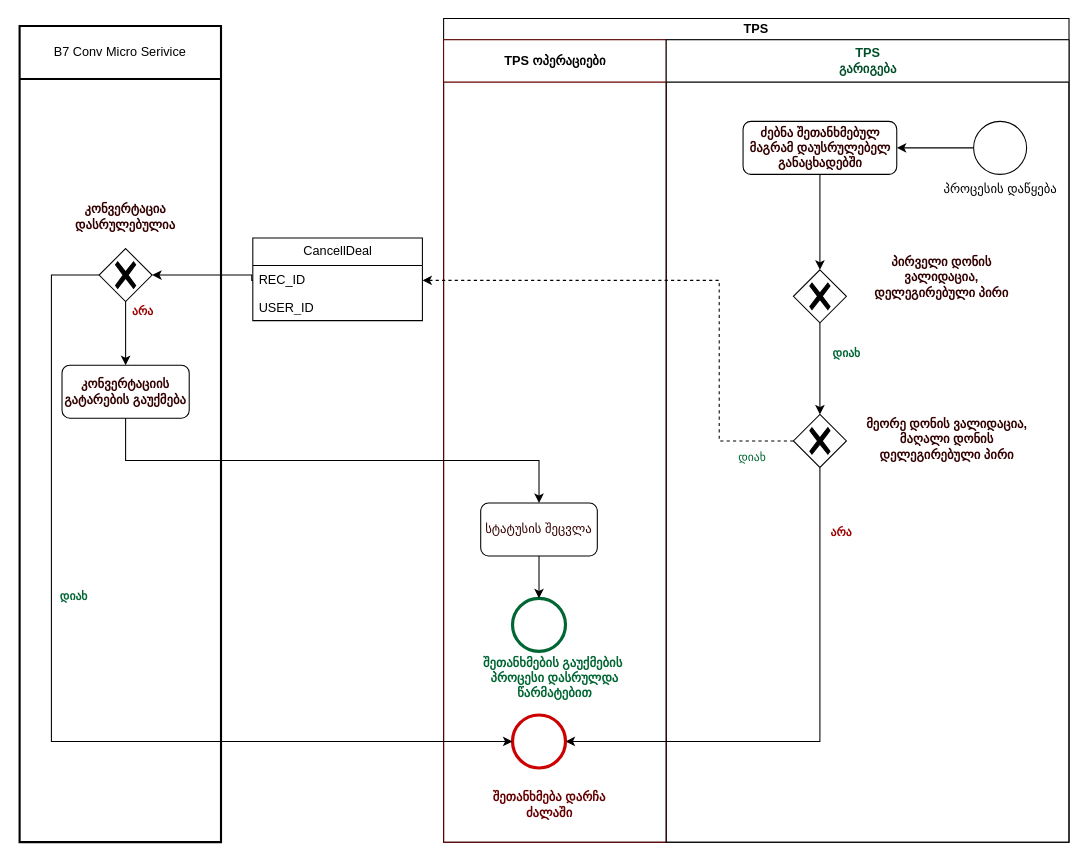
Above: page "შეთანხმების გაუქმება B7" (4 of 4) of RateDealProcessDiagram.drawio in vaso514d/drawio (draw.io), before the change. Source tidied: cells renumbered, new cells numbered last; positions are measured from the earlier drawing's top-left corner, leaving out a move shared by most shapes. Both pictures are drawn from the tidied source at 106%, with x=0, y=0 at pixel (19, 18).
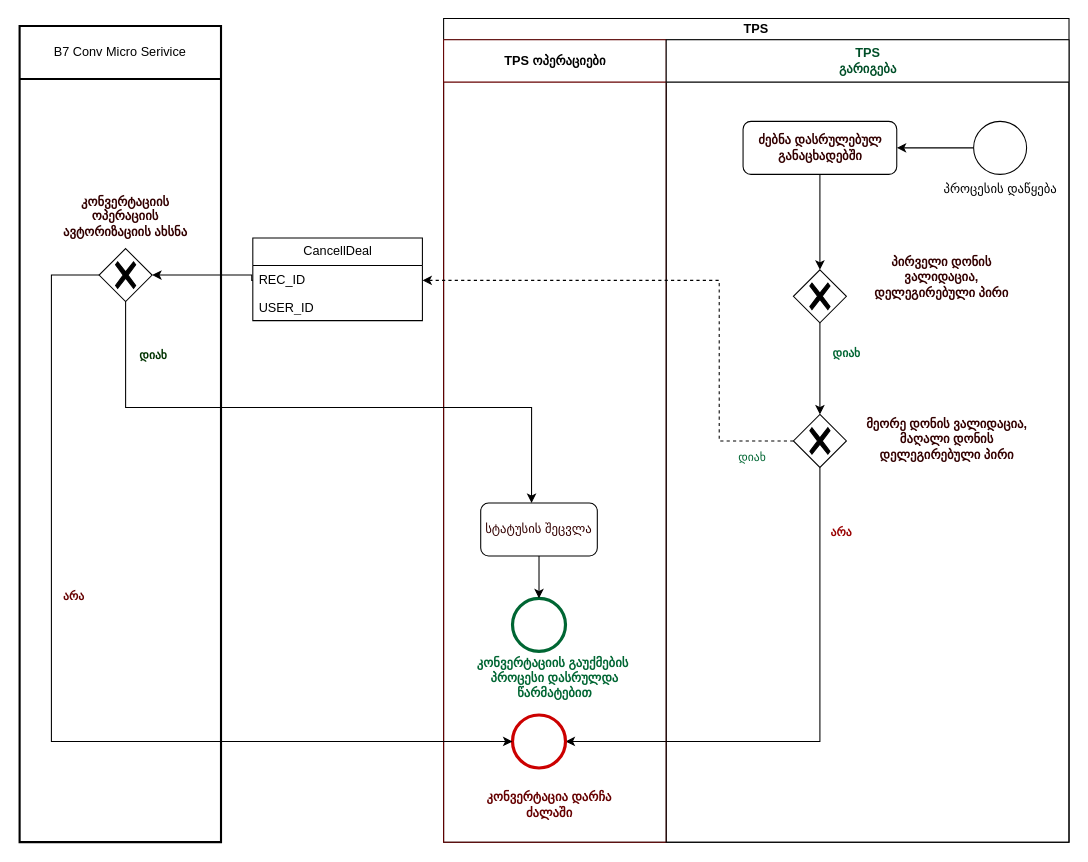
The same diagram, later.

Unchanged cells that the change refers to:
```xml
<mxCell id="2" value="B7 Conv Micro Serivice" style="swimlane;html=1;startSize=50;fontStyle=0;horizontal=1;swimlaneLine=1;strokeWidth=2;swimlaneFillColor=#ffffff;whiteSpace=wrap;" parent="1" vertex="1">
  <mxGeometry y="7" width="190" height="770" as="geometry" />
</mxCell>
<mxCell id="6" style="points=[[0.25,0.25,0],[0.5,0,0],[0.75,0.25,0],[1,0.5,0],[0.75,0.75,0],[0.5,1,0],[0.25,0.75,0],[0,0.5,0]];shape=mxgraph.bpmn.gateway2;html=1;verticalLabelPosition=bottom;labelBackgroundColor=#ffffff;verticalAlign=top;align=center;perimeter=rhombusPerimeter;outlineConnect=0;outline=none;symbol=none;gwType=exclusive;" parent="2" vertex="1">
  <mxGeometry x="75" y="210" width="50" height="50" as="geometry" />
</mxCell>
<mxCell id="11" value="TPS ოპერაციები" style="swimlane;html=1;startSize=40;perimeterSpacing=1;strokeColor=#660000;" parent="8" vertex="1">
  <mxGeometry y="20" width="210" height="757" as="geometry" />
</mxCell>
<mxCell id="15" value="სტატუსის შეცვლა" style="rounded=1;whiteSpace=wrap;html=1;labelBackgroundColor=none;fontColor=#330000;fillStyle=auto;strokeWidth=1;" parent="11" vertex="1">
  <mxGeometry x="35" y="437" width="110" height="50" as="geometry" />
</mxCell>
<mxCell id="18" value="&lt;b style=&quot;border-color: var(--border-color); color: rgb(0, 79, 40);&quot;&gt;TPS&lt;br style=&quot;border-color: var(--border-color);&quot;&gt;გარიგება&lt;/b&gt;" style="swimlane;html=1;startSize=40;" parent="8" vertex="1">
  <mxGeometry x="210" y="20" width="380" height="757" as="geometry" />
</mxCell>
<mxCell id="33" style="edgeStyle=orthogonalEdgeStyle;rounded=0;jettySize=auto;html=1;fontColor=#990000;startArrow=none;startFill=0;entryX=0;entryY=0.5;entryDx=0;entryDy=0;entryPerimeter=0;exitX=0;exitY=0.5;exitDx=0;exitDy=0;exitPerimeter=0;" parent="1" edge="1" source="6" target="12">
  <mxGeometry relative="1" as="geometry">
    <Array as="points">
      <mxPoint x="30" y="242" />
      <mxPoint x="30" y="682" />
    </Array>
  </mxGeometry>
</mxCell>
```

What changed in the source:
```diff
@@
-    <mxCell id="3" value="&lt;b style=&quot;border-color: var(--border-color);&quot;&gt;კონვერტაციის გატარების გაუქმება&lt;/b&gt;" style="rounded=1;whiteSpace=wrap;html=1;labelBackgroundColor=none;fontColor=#330000;" parent="2" vertex="1">
-      <mxGeometry x="40" y="320" width="120" height="50" as="geometry" />
-    </mxCell>
-    <mxCell id="4" style="edgeStyle=orthogonalEdgeStyle;rounded=0;jettySize=auto;html=1;fontColor=#990000;startArrow=none;startFill=0;" parent="2" edge="1" source="6" target="3">
-      <mxGeometry relative="1" as="geometry" />
-    </mxCell>
-    <mxCell id="5" value="არა" style="edgeLabel;html=1;align=center;verticalAlign=middle;fontColor=#990000;fontStyle=1;" parent="4" vertex="1">
-      <mxGeometry x="-0.28" y="-1" relative="1" as="geometry">
-        <mxPoint x="16" y="-14" as="offset" />
-      </mxGeometry>
-    </mxCell>
@@
-    <mxCell id="7" value="&lt;font color=&quot;#330000&quot;&gt;კონვერტაცია დასრულებულია&lt;br&gt;&lt;/font&gt;" style="text;html=1;strokeColor=none;fillColor=none;align=center;verticalAlign=middle;whiteSpace=wrap;rounded=0;fontColor=#CC0000;fontStyle=1;" parent="2" vertex="1">
+    <mxCell id="7" value="&lt;font color=&quot;#330000&quot;&gt;კონვერტაციის ოპერაციის&lt;br&gt;ავტორიზაციის ახსნა&lt;br&gt;&lt;/font&gt;" style="text;html=1;strokeColor=none;fillColor=none;align=center;verticalAlign=middle;whiteSpace=wrap;rounded=0;fontColor=#CC0000;fontStyle=1;" parent="2" vertex="1">
       <mxGeometry x="40" y="160" width="120" height="40" as="geometry" />
     </mxCell>
@@
-    <mxCell id="16" value="შეთანხმების გაუქმების&amp;nbsp; პროცესი დასრულდა წარმატებით" style="text;html=1;strokeColor=none;fillColor=none;align=center;verticalAlign=middle;whiteSpace=wrap;rounded=0;fontColor=#006633;fontStyle=1;" parent="11" vertex="1">
+    <mxCell id="16" value="კონვერტაციის გაუქმების&amp;nbsp; პროცესი დასრულდა წარმატებით" style="text;html=1;strokeColor=none;fillColor=none;align=center;verticalAlign=middle;whiteSpace=wrap;rounded=0;fontColor=#006633;fontStyle=1;" parent="11" vertex="1">
       <mxGeometry x="20" y="587" width="170" height="30" as="geometry" />
     </mxCell>
-    <mxCell id="17" value="შეთანხმება დარჩა ძალაში" style="text;html=1;strokeColor=none;fillColor=none;align=center;verticalAlign=middle;whiteSpace=wrap;rounded=0;fontColor=#660000;fontStyle=1;" parent="11" vertex="1">
+    <mxCell id="17" value="კონვერტაცია დარჩა ძალაში" style="text;html=1;strokeColor=none;fillColor=none;align=center;verticalAlign=middle;whiteSpace=wrap;rounded=0;fontColor=#660000;fontStyle=1;" parent="11" vertex="1">
       <mxGeometry x="30" y="707" width="140" height="30" as="geometry" />
     </mxCell>
@@
-    <mxCell id="20" value="&lt;b&gt;ძებნა შეთანხმებულ მაგრამ დაუსრულებელ განაცხადებში&lt;/b&gt;" style="rounded=1;whiteSpace=wrap;html=1;labelBackgroundColor=none;fontColor=#330000;" parent="18" vertex="1">
+    <mxCell id="20" value="&lt;b&gt;ძებნა დასრულებულ განაცხადებში&lt;/b&gt;" style="rounded=1;whiteSpace=wrap;html=1;labelBackgroundColor=none;fontColor=#330000;" parent="18" vertex="1">
       <mxGeometry x="72.5" y="77" width="145" height="50" as="geometry" />
     </mxCell>
@@
-    <mxCell id="32" style="edgeStyle=orthogonalEdgeStyle;rounded=0;jettySize=auto;html=1;startArrow=none;startFill=0;entryX=0.5;entryY=0;entryDx=0;entryDy=0;exitX=0.5;exitY=1;exitDx=0;exitDy=0;" parent="1" edge="1" source="3" target="15">
-      <mxGeometry relative="1" as="geometry">
-        <Array as="points">
-          <mxPoint x="100" y="417" />
-          <mxPoint x="490" y="417" />
-        </Array>
-      </mxGeometry>
-    </mxCell>
@@
-    <mxCell id="34" value="დიახ" style="edgeLabel;html=1;align=center;verticalAlign=middle;fontColor=#006633;fontStyle=1;" parent="33" vertex="1">
+    <mxCell id="34" value="არა" style="edgeLabel;html=1;align=center;verticalAlign=middle;fontColor=#660000;fontStyle=1;" parent="33" vertex="1">
       <mxGeometry x="-0.24" relative="1" as="geometry">
         <mxPoint x="20" y="-3" as="offset" />
       </mxGeometry>
     </mxCell>
@@
+    <mxCell id="4" style="edgeStyle=orthogonalEdgeStyle;rounded=0;jettySize=auto;html=1;fontColor=#990000;startArrow=none;startFill=0;entryX=0.436;entryY=0;entryDx=0;entryDy=0;entryPerimeter=0;" parent="1" edge="1" source="6" target="15">
+      <mxGeometry relative="1" as="geometry">
+        <Array as="points">
+          <mxPoint x="100" y="367" />
+          <mxPoint x="483" y="367" />
+        </Array>
+      </mxGeometry>
+    </mxCell>
+    <mxCell id="5" value="დიახ" style="edgeLabel;html=1;align=center;verticalAlign=middle;fontColor=#003300;fontStyle=1;" parent="4" vertex="1">
+      <mxGeometry x="-0.28" y="-1" relative="1" as="geometry">
+        <mxPoint x="-81" y="-51" as="offset" />
+      </mxGeometry>
+    </mxCell>
```
